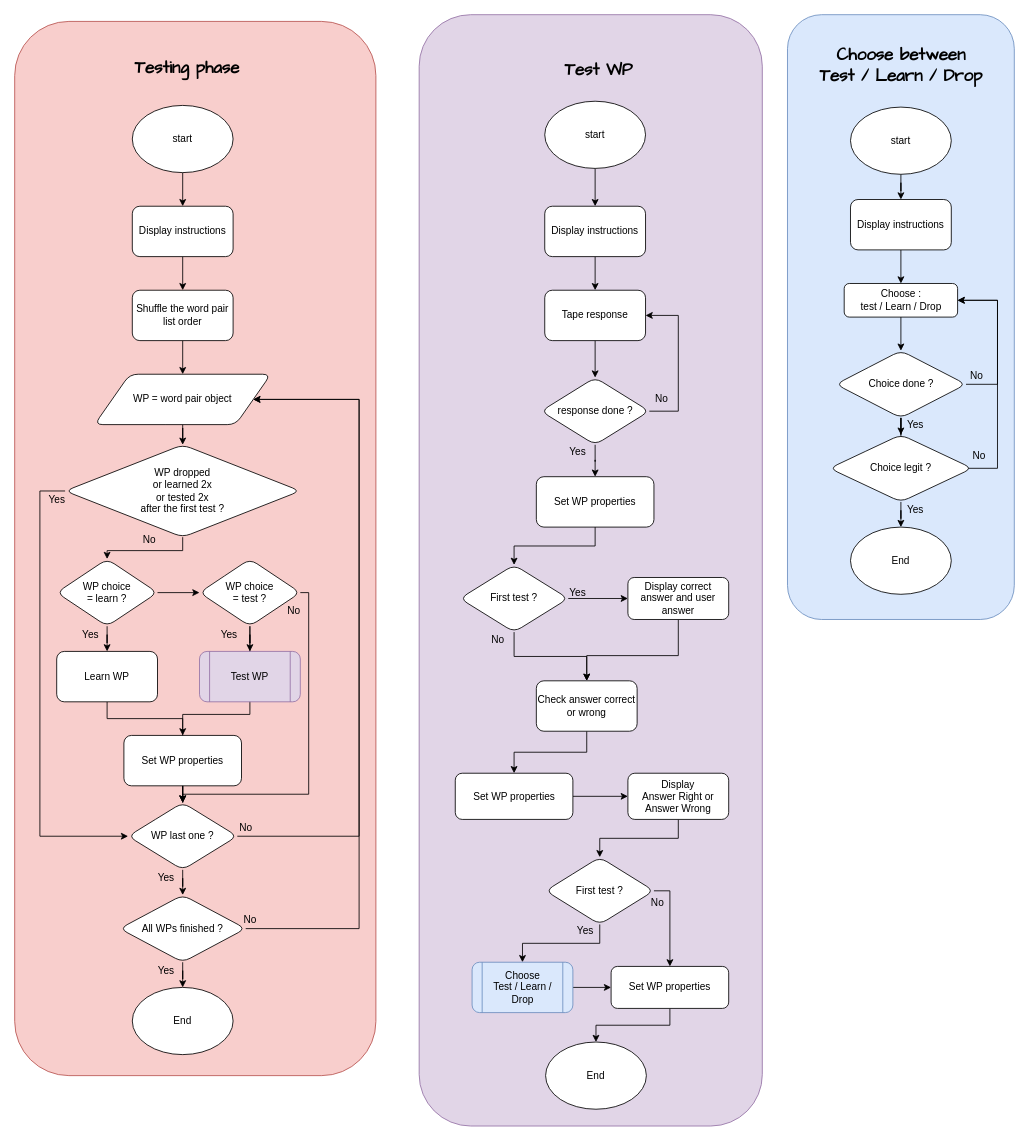
Before: page "testing Phase" (2 of 3) of Psychopy.drawio in AlessandroCuozzo/Psycho, a draw.io diagram. Source tidied: cells renumbered, new cells numbered last; positions are measured from the earlier drawing's top-left corner, leaving out a move shared by most shapes. Both pictures are drawn from the tidied source at 84%, with x=0, y=0 at pixel (14, 14).
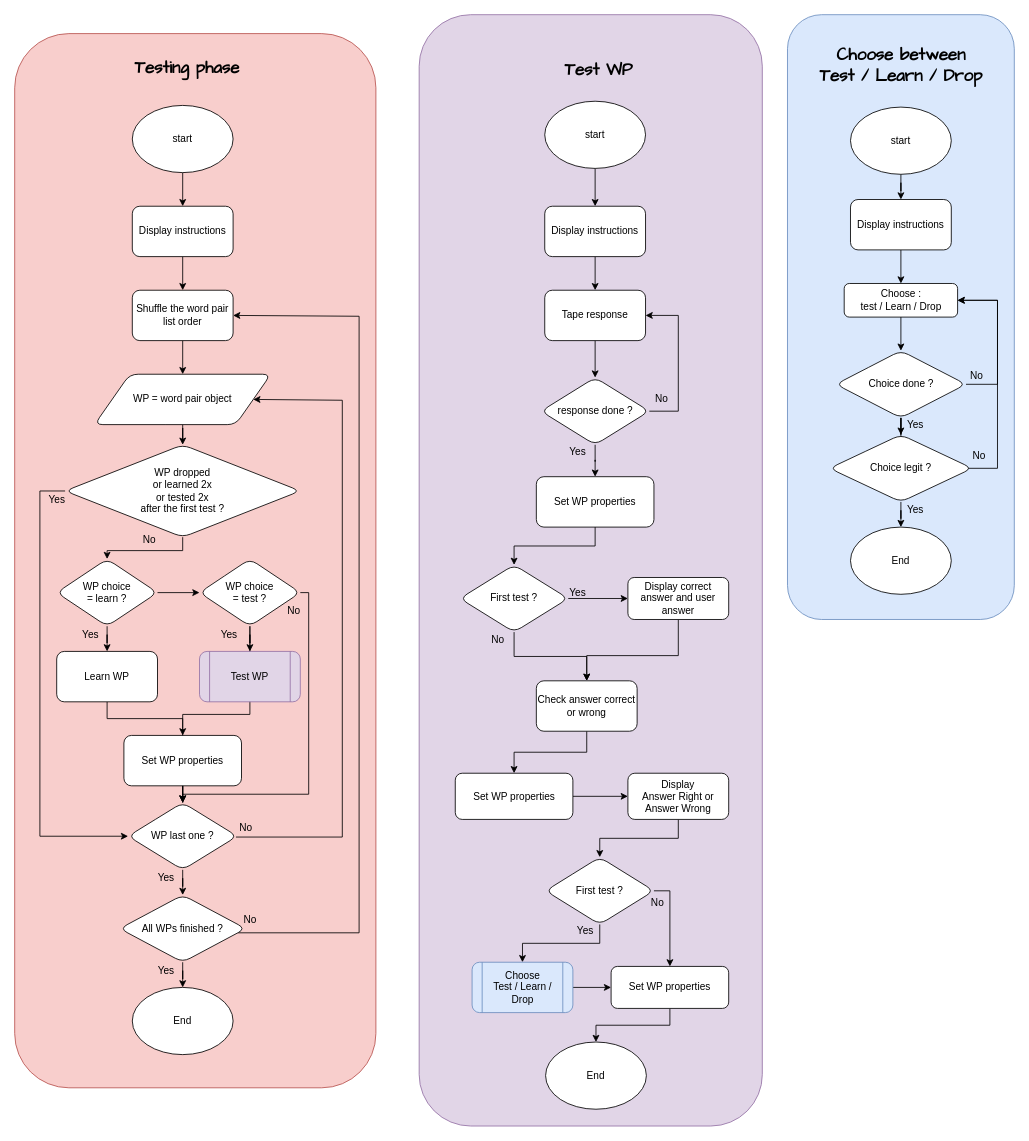
The same page after the edit.

Unchanged cells that the change refers to:
```xml
<mxCell id="28" value="Shuffle the word pair list order" style="rounded=1;whiteSpace=wrap;html=1;" parent="1" vertex="1">
  <mxGeometry x="140" y="328" width="120" height="60" as="geometry" />
</mxCell>
<mxCell id="30" value="WP = word pair object" style="shape=parallelogram;perimeter=parallelogramPerimeter;whiteSpace=wrap;html=1;rounded=1;" parent="1" vertex="1">
  <mxGeometry x="95" y="428" width="210" height="60" as="geometry" />
</mxCell>
<mxCell id="48" value="WP last one ?" style="rhombus;whiteSpace=wrap;html=1;rounded=1;" parent="1" vertex="1">
  <mxGeometry x="135" y="938" width="130" height="80" as="geometry" />
</mxCell>
<mxCell id="51" value="All WPs finished ?" style="rhombus;whiteSpace=wrap;html=1;rounded=1;" parent="1" vertex="1">
  <mxGeometry x="125" y="1048" width="150" height="80" as="geometry" />
</mxCell>
```

What changed in the source:
```diff
@@
     <mxCell id="3" style="rounded=1;whiteSpace=wrap;html=1;fillColor=#f8cecc;strokeColor=#b85450;" parent="1" vertex="1">
-      <mxGeometry y="8" width="430" height="1255" as="geometry" />
+      <mxGeometry y="22.5" width="430" height="1255" as="geometry" />
     </mxCell>
@@
     <mxCell id="47" style="edgeStyle=orthogonalEdgeStyle;rounded=0;jettySize=auto;html=1;entryX=1;entryY=0.5;entryDx=0;entryDy=0;" parent="1" edge="1" source="48" target="30">
       <mxGeometry relative="1" as="geometry">
         <Array as="points">
-          <mxPoint x="410" y="978" />
-          <mxPoint x="410" y="458" />
+          <mxPoint x="390" y="979" />
+          <mxPoint x="390" y="459" />
         </Array>
       </mxGeometry>
     </mxCell>
@@
-    <mxCell id="50" style="edgeStyle=orthogonalEdgeStyle;rounded=0;jettySize=auto;html=1;entryX=1;entryY=0.5;entryDx=0;entryDy=0;" parent="1" edge="1" source="51" target="30">
-      <mxGeometry relative="1" as="geometry">
-        <Array as="points">
-          <mxPoint x="410" y="1088" />
-          <mxPoint x="410" y="458" />
-        </Array>
-      </mxGeometry>
-    </mxCell>
+    <mxCell id="100" style="edgeStyle=orthogonalEdgeStyle;rounded=0;jettySize=auto;html=1;entryX=1;entryY=0.5;entryDx=0;entryDy=0;" parent="1" edge="1" source="51" target="28">
+      <mxGeometry relative="1" as="geometry">
+        <Array as="points">
+          <mxPoint x="410" y="1093" />
+          <mxPoint x="410" y="359" />
+        </Array>
+      </mxGeometry>
+    </mxCell>
```
